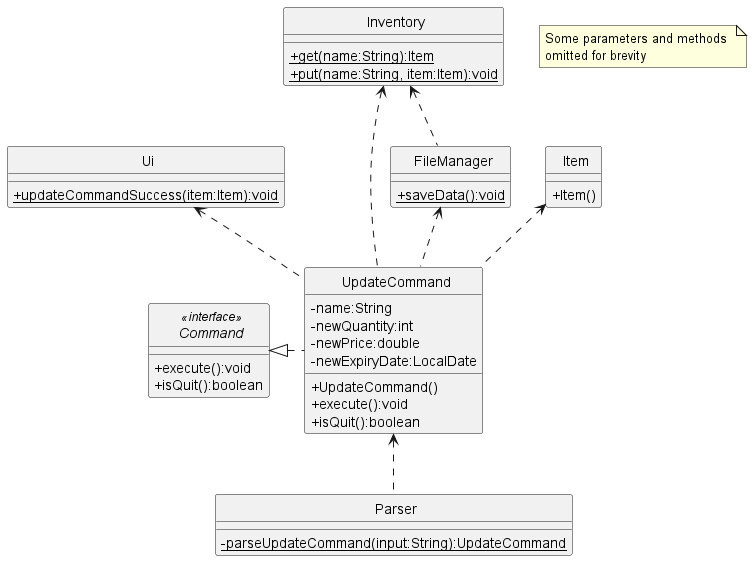
Earlier version of the PlantUML export docs/uml-diagrams/UpdateCommandClass.png (rismm/tp).
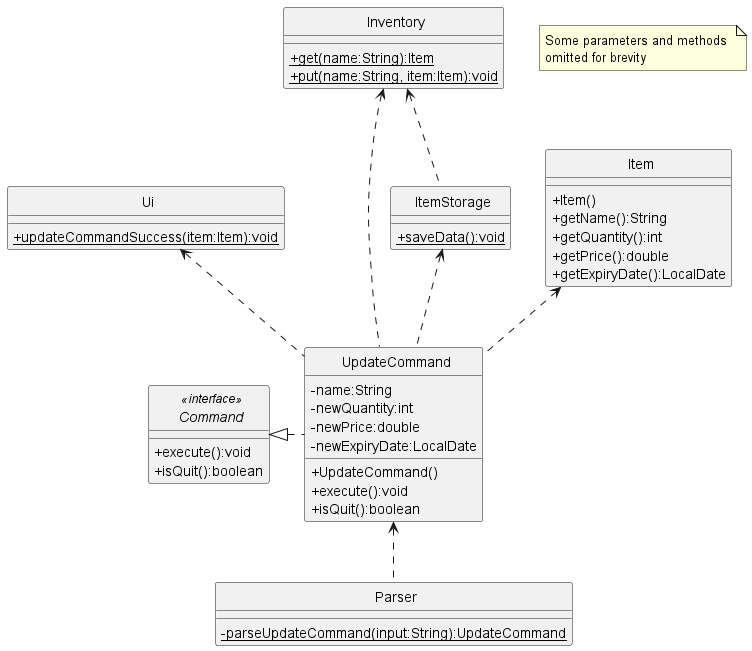
After the change.

The edit, as a diff of the source:
```diff
@@ -9,15 +9,15 @@
 class Item
 class UpdateCommand
 class Parser
-class FileManager
+class ItemStorage
 
 UpdateCommand <.. Parser
 Command <|. UpdateCommand
 Ui <.. UpdateCommand
 Inventory <.. UpdateCommand
 Item <.. UpdateCommand
-FileManager <.. UpdateCommand
-Inventory <.. FileManager
+ItemStorage <.. UpdateCommand
+Inventory <.. ItemStorage
 
 interface Command <<interface>> {
     +execute():void
@@ -36,6 +36,10 @@
 
 class Item {
     +Item()
+    +getName():String
+    +getQuantity():int
+    +getPrice():double
+    +getExpiryDate():LocalDate
 }
 
 class Ui {
@@ -51,7 +55,7 @@
     {static}+put(name:String, item:Item):void
 }
 
-class FileManager {
+class ItemStorage {
     {static}+saveData():void
 }
 
```
